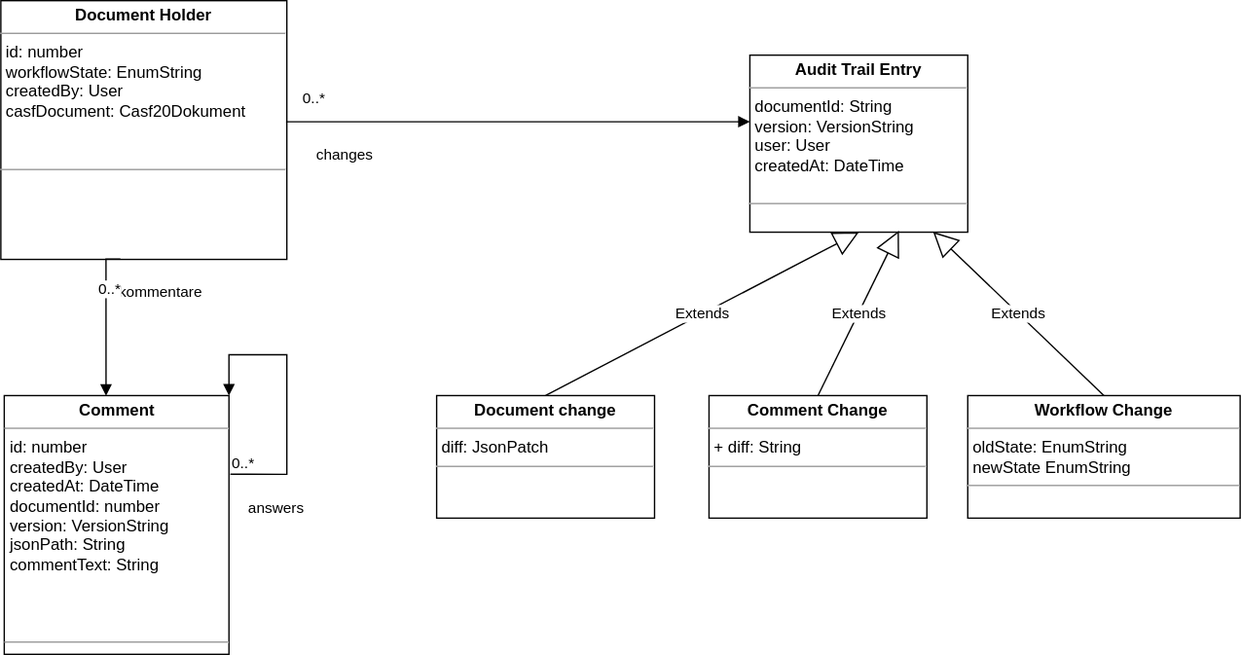
secvisogram/csaf-cms-backend keeps this draw.io diagram as documents/logical_datamodel.drawio.svg. Above is the earlier version. Source tidied: cells renumbered, new cells last; positions are measured from the earlier drawing's top-left corner, leaving out a move shared by most shapes.
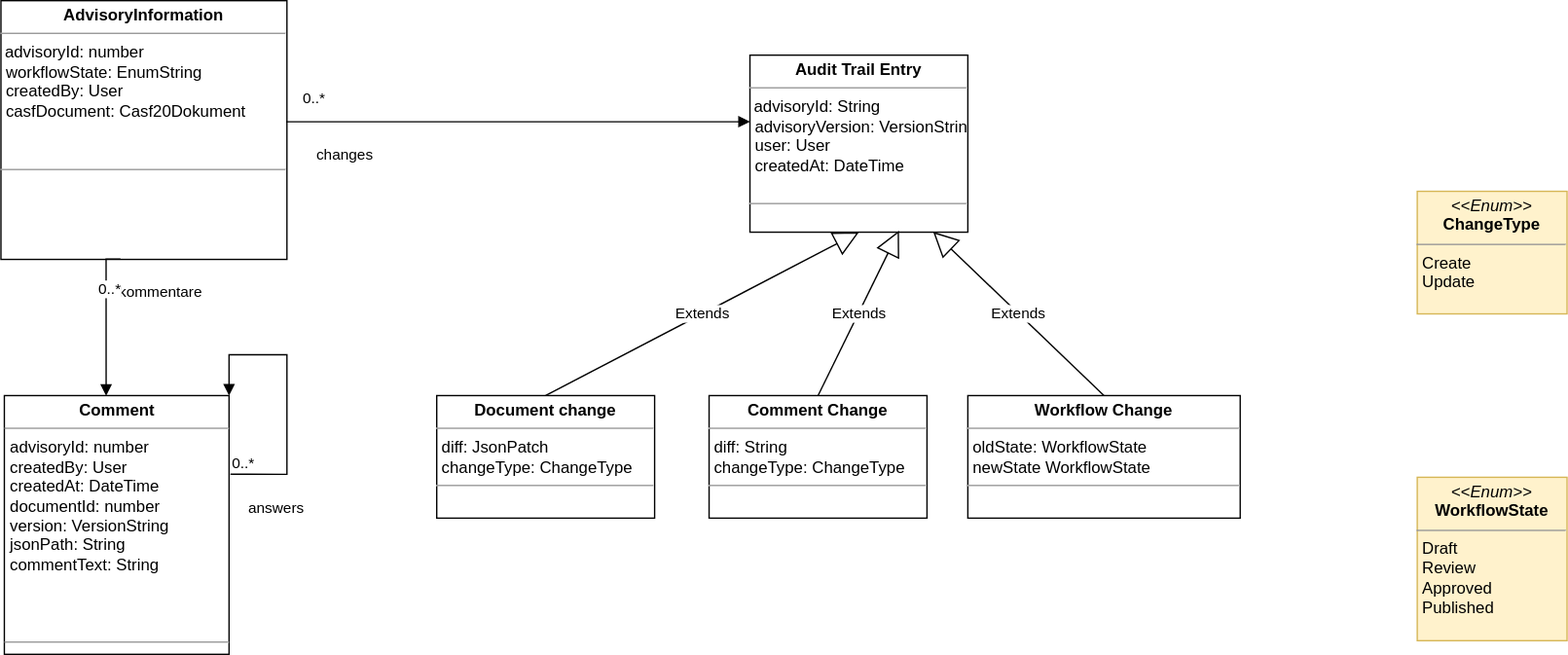
After the commit.

What changed in the source:
```diff
@@ -2,10 +2,10 @@
   <root>
     <mxCell id="0" />
     <mxCell id="1" parent="0" />
-    <mxCell id="2" value="&lt;p style=&quot;margin: 0px ; margin-top: 4px ; text-align: center&quot;&gt;&lt;b&gt;Document Holder&lt;/b&gt;&lt;/p&gt;&lt;hr size=&quot;1&quot;&gt;&lt;p style=&quot;margin: 0px ; margin-left: 4px&quot;&gt;id: number&lt;br&gt;&lt;/p&gt;&lt;p style=&quot;margin: 0px ; margin-left: 4px&quot;&gt;workflowState: EnumString&lt;/p&gt;&lt;p style=&quot;margin: 0px ; margin-left: 4px&quot;&gt;createdBy: User&lt;/p&gt;&lt;p style=&quot;margin: 0px ; margin-left: 4px&quot;&gt;&lt;span&gt;casfDocument: Casf20Dokument&lt;/span&gt;&lt;br&gt;&lt;/p&gt;&lt;p style=&quot;margin: 0px ; margin-left: 4px&quot;&gt;&lt;br&gt;&lt;/p&gt;&lt;p style=&quot;margin: 0px ; margin-left: 4px&quot;&gt;&lt;br&gt;&lt;/p&gt;&lt;hr size=&quot;1&quot;&gt;&lt;p style=&quot;margin: 0px ; margin-left: 4px&quot;&gt;&lt;br&gt;&lt;/p&gt;" style="verticalAlign=top;align=left;overflow=fill;fontSize=12;fontFamily=Helvetica;html=1;" parent="1" vertex="1">
+    <mxCell id="2" value="&lt;p style=&quot;margin: 0px ; margin-top: 4px ; text-align: center&quot;&gt;&lt;b&gt;AdvisoryInformation&lt;/b&gt;&lt;br&gt;&lt;/p&gt;&lt;hr size=&quot;1&quot;&gt;&amp;nbsp;advisoryId&lt;span&gt;: number&lt;/span&gt;&lt;br&gt;&lt;p style=&quot;margin: 0px ; margin-left: 4px&quot;&gt;workflowState: EnumString&lt;/p&gt;&lt;p style=&quot;margin: 0px ; margin-left: 4px&quot;&gt;createdBy: User&lt;/p&gt;&lt;p style=&quot;margin: 0px ; margin-left: 4px&quot;&gt;&lt;span&gt;casfDocument: Casf20Dokument&lt;/span&gt;&lt;br&gt;&lt;/p&gt;&lt;p style=&quot;margin: 0px ; margin-left: 4px&quot;&gt;&lt;br&gt;&lt;/p&gt;&lt;p style=&quot;margin: 0px ; margin-left: 4px&quot;&gt;&lt;br&gt;&lt;/p&gt;&lt;hr size=&quot;1&quot;&gt;&lt;p style=&quot;margin: 0px ; margin-left: 4px&quot;&gt;&lt;br&gt;&lt;/p&gt;" style="verticalAlign=top;align=left;overflow=fill;fontSize=12;fontFamily=Helvetica;html=1;" parent="1" vertex="1">
       <mxGeometry width="210" height="190" as="geometry" />
     </mxCell>
-    <mxCell id="3" value="&lt;p style=&quot;margin: 0px ; margin-top: 4px ; text-align: center&quot;&gt;&lt;b&gt;Comment&lt;/b&gt;&lt;/p&gt;&lt;hr size=&quot;1&quot;&gt;&lt;p style=&quot;margin: 0px ; margin-left: 4px&quot;&gt;id: number&lt;/p&gt;&lt;p style=&quot;margin: 0px ; margin-left: 4px&quot;&gt;createdBy: User&lt;/p&gt;&lt;p style=&quot;margin: 0px ; margin-left: 4px&quot;&gt;createdAt: DateTime&lt;/p&gt;&lt;p style=&quot;margin: 0px ; margin-left: 4px&quot;&gt;documentId: number&lt;/p&gt;&lt;p style=&quot;margin: 0px ; margin-left: 4px&quot;&gt;version: VersionString&lt;br&gt;&lt;/p&gt;&lt;p style=&quot;margin: 0px ; margin-left: 4px&quot;&gt;jsonPath: String&lt;/p&gt;&lt;p style=&quot;margin: 0px ; margin-left: 4px&quot;&gt;commentText: String&lt;/p&gt;&lt;p style=&quot;margin: 0px ; margin-left: 4px&quot;&gt;&lt;br&gt;&lt;/p&gt;&lt;p style=&quot;margin: 0px ; margin-left: 4px&quot;&gt;&lt;br&gt;&lt;/p&gt;&lt;p style=&quot;margin: 0px ; margin-left: 4px&quot;&gt;&lt;br&gt;&lt;/p&gt;&lt;hr size=&quot;1&quot;&gt;&lt;p style=&quot;margin: 0px ; margin-left: 4px&quot;&gt;&lt;br&gt;&lt;/p&gt;" style="verticalAlign=top;align=left;overflow=fill;fontSize=12;fontFamily=Helvetica;html=1;" parent="1" vertex="1">
+    <mxCell id="3" value="&lt;p style=&quot;margin: 0px ; margin-top: 4px ; text-align: center&quot;&gt;&lt;b&gt;Comment&lt;/b&gt;&lt;/p&gt;&lt;hr size=&quot;1&quot;&gt;&lt;p style=&quot;margin: 0px ; margin-left: 4px&quot;&gt;advisoryId: number&lt;/p&gt;&lt;p style=&quot;margin: 0px ; margin-left: 4px&quot;&gt;createdBy: User&lt;/p&gt;&lt;p style=&quot;margin: 0px ; margin-left: 4px&quot;&gt;createdAt: DateTime&lt;/p&gt;&lt;p style=&quot;margin: 0px ; margin-left: 4px&quot;&gt;documentId: number&lt;/p&gt;&lt;p style=&quot;margin: 0px ; margin-left: 4px&quot;&gt;version: VersionString&lt;br&gt;&lt;/p&gt;&lt;p style=&quot;margin: 0px ; margin-left: 4px&quot;&gt;jsonPath: String&lt;/p&gt;&lt;p style=&quot;margin: 0px ; margin-left: 4px&quot;&gt;commentText: String&lt;/p&gt;&lt;p style=&quot;margin: 0px ; margin-left: 4px&quot;&gt;&lt;br&gt;&lt;/p&gt;&lt;p style=&quot;margin: 0px ; margin-left: 4px&quot;&gt;&lt;br&gt;&lt;/p&gt;&lt;p style=&quot;margin: 0px ; margin-left: 4px&quot;&gt;&lt;br&gt;&lt;/p&gt;&lt;hr size=&quot;1&quot;&gt;&lt;p style=&quot;margin: 0px ; margin-left: 4px&quot;&gt;&lt;br&gt;&lt;/p&gt;" style="verticalAlign=top;align=left;overflow=fill;fontSize=12;fontFamily=Helvetica;html=1;" parent="1" vertex="1">
       <mxGeometry x="2.5" y="290" width="165" height="190" as="geometry" />
     </mxCell>
     <mxCell id="4" value="answers" style="endArrow=block;endFill=1;html=1;edgeStyle=orthogonalEdgeStyle;align=left;verticalAlign=top;rounded=0;exitX=1.006;exitY=0.304;exitDx=0;exitDy=0;exitPerimeter=0;entryX=1;entryY=0;entryDx=0;entryDy=0;" parent="1" edge="1" source="3" target="3">
@@ -45,19 +45,19 @@
         <mxPoint x="-18" y="30" as="offset" />
       </mxGeometry>
     </mxCell>
-    <mxCell id="10" value="&lt;p style=&quot;margin: 0px ; margin-top: 4px ; text-align: center&quot;&gt;&lt;b&gt;Audit Trail Entry&lt;/b&gt;&lt;/p&gt;&lt;hr size=&quot;1&quot;&gt;&lt;p style=&quot;margin: 0px ; margin-left: 4px&quot;&gt;&lt;span&gt;documentId: String&lt;/span&gt;&lt;/p&gt;&lt;p style=&quot;margin: 0px ; margin-left: 4px&quot;&gt;version: VersionString&lt;span&gt;&lt;br&gt;&lt;/span&gt;&lt;/p&gt;&lt;p style=&quot;margin: 0px ; margin-left: 4px&quot;&gt;user: User&lt;/p&gt;&lt;p style=&quot;margin: 0px ; margin-left: 4px&quot;&gt;createdAt: DateTime&lt;/p&gt;&lt;p style=&quot;margin: 0px ; margin-left: 4px&quot;&gt;&amp;nbsp;&amp;nbsp;&lt;/p&gt;&lt;hr size=&quot;1&quot;&gt;&lt;p style=&quot;margin: 0px ; margin-left: 4px&quot;&gt;&lt;br&gt;&lt;/p&gt;" style="verticalAlign=top;align=left;overflow=fill;fontSize=12;fontFamily=Helvetica;html=1;" parent="1" vertex="1">
+    <mxCell id="10" value="&lt;p style=&quot;margin: 0px ; margin-top: 4px ; text-align: center&quot;&gt;&lt;b&gt;Audit Trail Entry&lt;/b&gt;&lt;/p&gt;&lt;hr size=&quot;1&quot;&gt;&amp;nbsp;advisoryId&lt;span&gt;: String&lt;/span&gt;&lt;br&gt;&lt;p style=&quot;margin: 0px ; margin-left: 4px&quot;&gt;advisoryVersion: VersionString&lt;span&gt;&lt;br&gt;&lt;/span&gt;&lt;/p&gt;&lt;p style=&quot;margin: 0px ; margin-left: 4px&quot;&gt;user: User&lt;/p&gt;&lt;p style=&quot;margin: 0px ; margin-left: 4px&quot;&gt;createdAt: DateTime&lt;/p&gt;&lt;p style=&quot;margin: 0px ; margin-left: 4px&quot;&gt;&amp;nbsp;&amp;nbsp;&lt;/p&gt;&lt;hr size=&quot;1&quot;&gt;&lt;p style=&quot;margin: 0px ; margin-left: 4px&quot;&gt;&lt;br&gt;&lt;/p&gt;" style="verticalAlign=top;align=left;overflow=fill;fontSize=12;fontFamily=Helvetica;html=1;" parent="1" vertex="1">
       <mxGeometry x="550" y="40" width="160" height="130" as="geometry" />
     </mxCell>
     <mxCell id="11" value="Extends" style="endArrow=block;endSize=16;endFill=0;html=1;rounded=0;exitX=0.5;exitY=0;exitDx=0;exitDy=0;entryX=0.5;entryY=1;entryDx=0;entryDy=0;" parent="1" edge="1" source="12" target="10">
       <mxGeometry relative="1" as="geometry" />
     </mxCell>
-    <mxCell id="12" value="&lt;p style=&quot;margin: 0px ; margin-top: 4px ; text-align: center&quot;&gt;&lt;b&gt;Document change&lt;/b&gt;&lt;br&gt;&lt;/p&gt;&lt;hr size=&quot;1&quot;&gt;&lt;p style=&quot;margin: 0px ; margin-left: 4px&quot;&gt;diff: JsonPatch&lt;/p&gt;&lt;hr size=&quot;1&quot;&gt;&lt;p style=&quot;margin: 0px ; margin-left: 4px&quot;&gt;&lt;br&gt;&lt;/p&gt;" style="verticalAlign=top;align=left;overflow=fill;fontSize=12;fontFamily=Helvetica;html=1;" parent="1" vertex="1">
+    <mxCell id="12" value="&lt;p style=&quot;margin: 0px ; margin-top: 4px ; text-align: center&quot;&gt;&lt;b&gt;Document change&lt;/b&gt;&lt;br&gt;&lt;/p&gt;&lt;hr size=&quot;1&quot;&gt;&lt;p style=&quot;margin: 0px ; margin-left: 4px&quot;&gt;diff: JsonPatch&lt;/p&gt;&lt;p style=&quot;margin: 0px ; margin-left: 4px&quot;&gt;changeType: ChangeType&lt;/p&gt;&lt;hr size=&quot;1&quot;&gt;&lt;p style=&quot;margin: 0px ; margin-left: 4px&quot;&gt;&lt;br&gt;&lt;/p&gt;" style="verticalAlign=top;align=left;overflow=fill;fontSize=12;fontFamily=Helvetica;html=1;" parent="1" vertex="1">
       <mxGeometry x="320" y="290" width="160" height="90" as="geometry" />
     </mxCell>
-    <mxCell id="13" value="&lt;p style=&quot;margin: 0px ; margin-top: 4px ; text-align: center&quot;&gt;&lt;b&gt;Workflow Change&lt;/b&gt;&lt;/p&gt;&lt;hr size=&quot;1&quot;&gt;&lt;p style=&quot;margin: 0px ; margin-left: 4px&quot;&gt;oldState: EnumString&lt;/p&gt;&lt;p style=&quot;margin: 0px ; margin-left: 4px&quot;&gt;newState EnumString&lt;/p&gt;&lt;hr size=&quot;1&quot;&gt;&lt;p style=&quot;margin: 0px ; margin-left: 4px&quot;&gt;&lt;br&gt;&lt;/p&gt;" style="verticalAlign=top;align=left;overflow=fill;fontSize=12;fontFamily=Helvetica;html=1;" parent="1" vertex="1">
+    <mxCell id="13" value="&lt;p style=&quot;margin: 0px ; margin-top: 4px ; text-align: center&quot;&gt;&lt;b&gt;Workflow Change&lt;/b&gt;&lt;/p&gt;&lt;hr size=&quot;1&quot;&gt;&lt;p style=&quot;margin: 0px ; margin-left: 4px&quot;&gt;oldState: WorkflowState&lt;/p&gt;&lt;p style=&quot;margin: 0px ; margin-left: 4px&quot;&gt;newState WorkflowState&lt;/p&gt;&lt;hr size=&quot;1&quot;&gt;&lt;p style=&quot;margin: 0px ; margin-left: 4px&quot;&gt;&lt;br&gt;&lt;/p&gt;" style="verticalAlign=top;align=left;overflow=fill;fontSize=12;fontFamily=Helvetica;html=1;" parent="1" vertex="1">
       <mxGeometry x="710" y="290" width="200" height="90" as="geometry" />
     </mxCell>
-    <mxCell id="14" value="&lt;p style=&quot;margin: 0px ; margin-top: 4px ; text-align: center&quot;&gt;&lt;b&gt;Comment Change&lt;/b&gt;&lt;/p&gt;&lt;hr size=&quot;1&quot;&gt;&lt;p style=&quot;margin: 0px ; margin-left: 4px&quot;&gt;+ diff: String&lt;/p&gt;&lt;hr size=&quot;1&quot;&gt;&lt;p style=&quot;margin: 0px ; margin-left: 4px&quot;&gt;&lt;br&gt;&lt;/p&gt;" style="verticalAlign=top;align=left;overflow=fill;fontSize=12;fontFamily=Helvetica;html=1;" parent="1" vertex="1">
+    <mxCell id="14" value="&lt;p style=&quot;margin: 0px ; margin-top: 4px ; text-align: center&quot;&gt;&lt;b&gt;Comment Change&lt;/b&gt;&lt;/p&gt;&lt;hr size=&quot;1&quot;&gt;&lt;p style=&quot;margin: 0px ; margin-left: 4px&quot;&gt;diff: String&lt;br&gt;changeType: ChangeType&lt;br&gt;&lt;/p&gt;&lt;hr size=&quot;1&quot;&gt;&lt;p style=&quot;margin: 0px ; margin-left: 4px&quot;&gt;&lt;br&gt;&lt;/p&gt;" style="verticalAlign=top;align=left;overflow=fill;fontSize=12;fontFamily=Helvetica;html=1;" parent="1" vertex="1">
       <mxGeometry x="520" y="290" width="160" height="90" as="geometry" />
     </mxCell>
     <mxCell id="15" value="Extends" style="endArrow=block;endSize=16;endFill=0;html=1;rounded=0;entryX=0.684;entryY=0.992;entryDx=0;entryDy=0;entryPerimeter=0;exitX=0.5;exitY=0;exitDx=0;exitDy=0;" parent="1" edge="1" source="14" target="10">
@@ -66,5 +66,11 @@
     <mxCell id="16" value="Extends" style="endArrow=block;endSize=16;endFill=0;html=1;rounded=0;entryX=0.841;entryY=0.998;entryDx=0;entryDy=0;entryPerimeter=0;exitX=0.5;exitY=0;exitDx=0;exitDy=0;" parent="1" edge="1" source="13" target="10">
       <mxGeometry relative="1" as="geometry" />
     </mxCell>
+    <mxCell id="17" value="&lt;p style=&quot;margin: 0px ; margin-top: 4px ; text-align: center&quot;&gt;&lt;i&gt;&amp;lt;&amp;lt;Enum&amp;gt;&amp;gt;&lt;/i&gt;&lt;br&gt;&lt;b&gt;WorkflowState&lt;/b&gt;&lt;/p&gt;&lt;hr size=&quot;1&quot;&gt;&lt;p style=&quot;margin: 0px ; margin-left: 4px&quot;&gt;Draft&lt;br&gt;Review&lt;/p&gt;&lt;p style=&quot;margin: 0px ; margin-left: 4px&quot;&gt;Approved&lt;br&gt;&lt;/p&gt;&lt;p style=&quot;margin: 0px ; margin-left: 4px&quot;&gt;Published&lt;br&gt;&lt;/p&gt;&lt;p style=&quot;margin: 0px ; margin-left: 4px&quot;&gt;&lt;br&gt;&lt;/p&gt;" style="verticalAlign=top;align=left;overflow=fill;fontSize=12;fontFamily=Helvetica;html=1;fillColor=#fff2cc;strokeColor=#d6b656;" parent="1" vertex="1">
+      <mxGeometry x="1040" y="350" width="110" height="120" as="geometry" />
+    </mxCell>
+    <mxCell id="18" value="&lt;p style=&quot;margin: 0px ; margin-top: 4px ; text-align: center&quot;&gt;&lt;i&gt;&amp;lt;&amp;lt;Enum&amp;gt;&amp;gt;&lt;/i&gt;&lt;br&gt;&lt;b&gt;ChangeType&lt;/b&gt;&lt;/p&gt;&lt;hr size=&quot;1&quot;&gt;&lt;p style=&quot;margin: 0px ; margin-left: 4px&quot;&gt;Create&lt;br&gt;Update&lt;/p&gt;&lt;p style=&quot;margin: 0px ; margin-left: 4px&quot;&gt;&lt;br&gt;&lt;/p&gt;" style="verticalAlign=top;align=left;overflow=fill;fontSize=12;fontFamily=Helvetica;html=1;fillColor=#fff2cc;strokeColor=#d6b656;" parent="1" vertex="1">
+      <mxGeometry x="1040" y="140" width="110" height="90" as="geometry" />
+    </mxCell>
   </root>
 </mxGraphModel>
```
